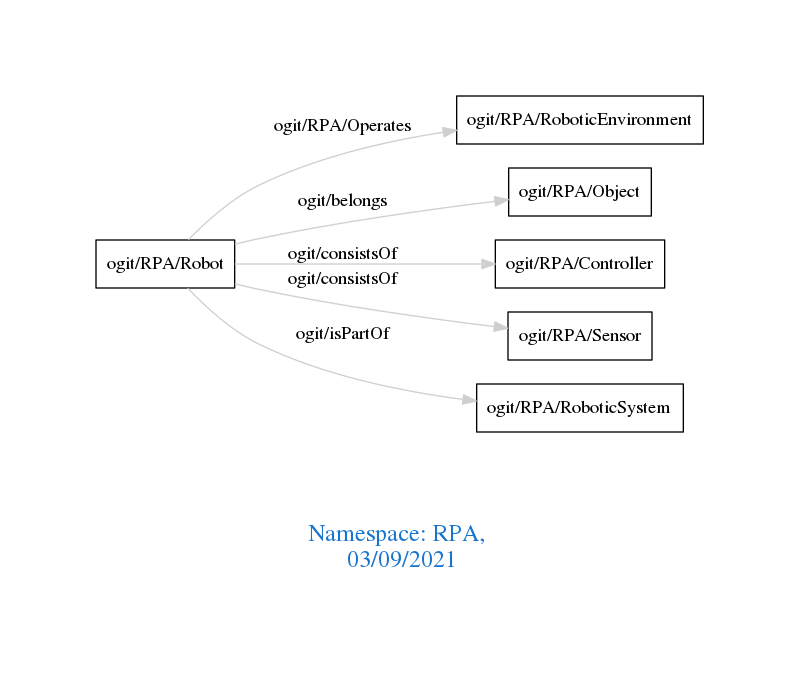
arago/OGIT keeps this Graphviz diagram as downloads/RPA.png. Above is the earlier version. Its source is kept beside it as downloads/RPA.dot.
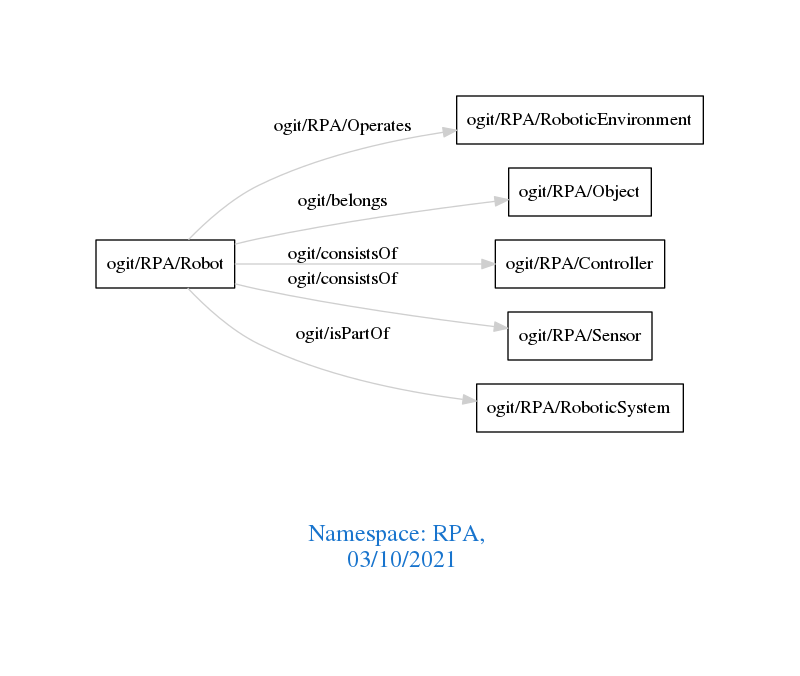
After the commit.

What changed in the source:
```diff
@@ -1,7 +1,7 @@
 digraph OGIT_ontology {
  graph [ rankdir= LR,pad=1
 fontsize = 18,
-fontcolor= dodgerblue3,label = "\n\n\nNamespace: RPA, \n 03/09/2021"];
+fontcolor= dodgerblue3,label = "\n\n\nNamespace: RPA, \n 03/10/2021"];
 node[shape=polygon];
 edge [  color="gray81"];
 
```
